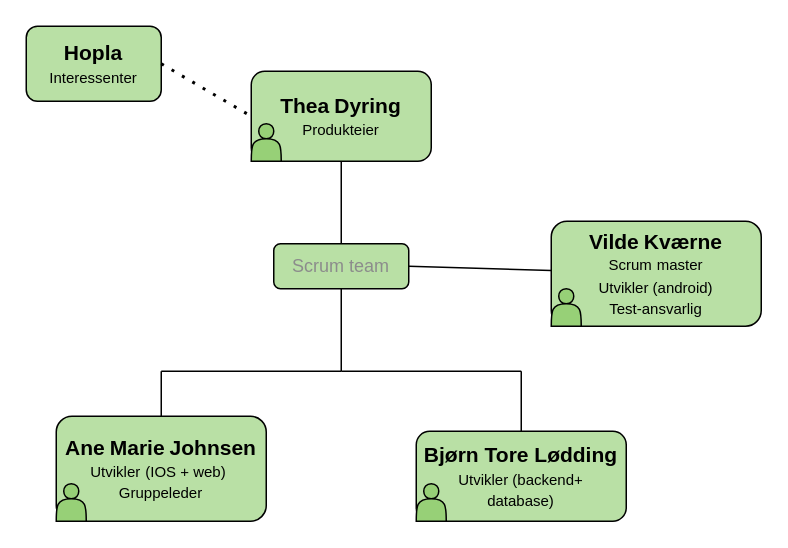
This is OrganisasjonsKart.drawio from vildesk/HoplaDrawIO, a draw.io file, before an edit. Source tidied: cells renumbered, new cells numbered last; positions are measured from the earlier drawing's top-left corner, leaving out a move shared by most shapes. Both pictures are drawn from the tidied source at 150%, with x=0, y=0 at pixel (26, 26).
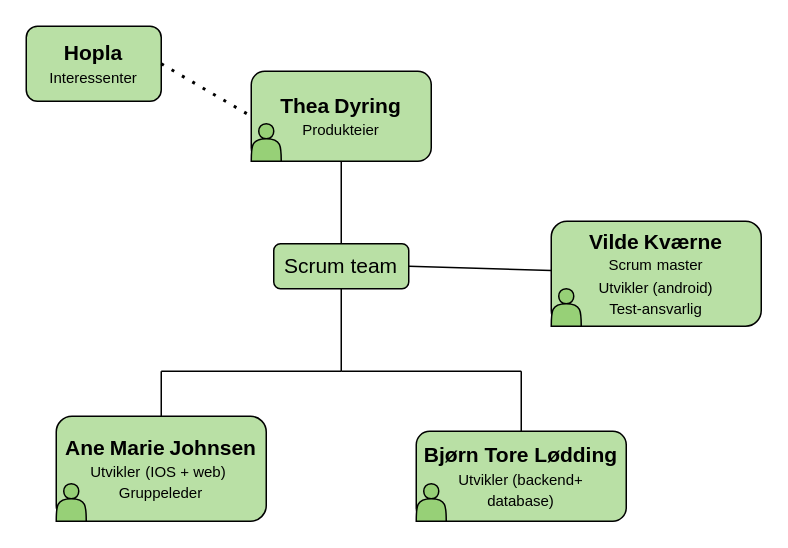
Above is the later version.

Change to the diagram source:
```diff
@@
-    <mxCell id="2" value="&lt;font color=&quot;#8c8c8c&quot;&gt;Scrum team&lt;/font&gt;" style="rounded=1;whiteSpace=wrap;html=1;fillColor=#B9E0A5;" parent="1" vertex="1">
+    <mxCell id="2" value="&lt;font style=&quot;font-size: 14px; color: rgb(0, 0, 0);&quot;&gt;Scrum team&lt;/font&gt;" style="rounded=1;whiteSpace=wrap;html=1;fillColor=#B9E0A5;" parent="1" vertex="1">
       <mxGeometry x="165" y="145" width="90" height="30" as="geometry" />
     </mxCell>
```
